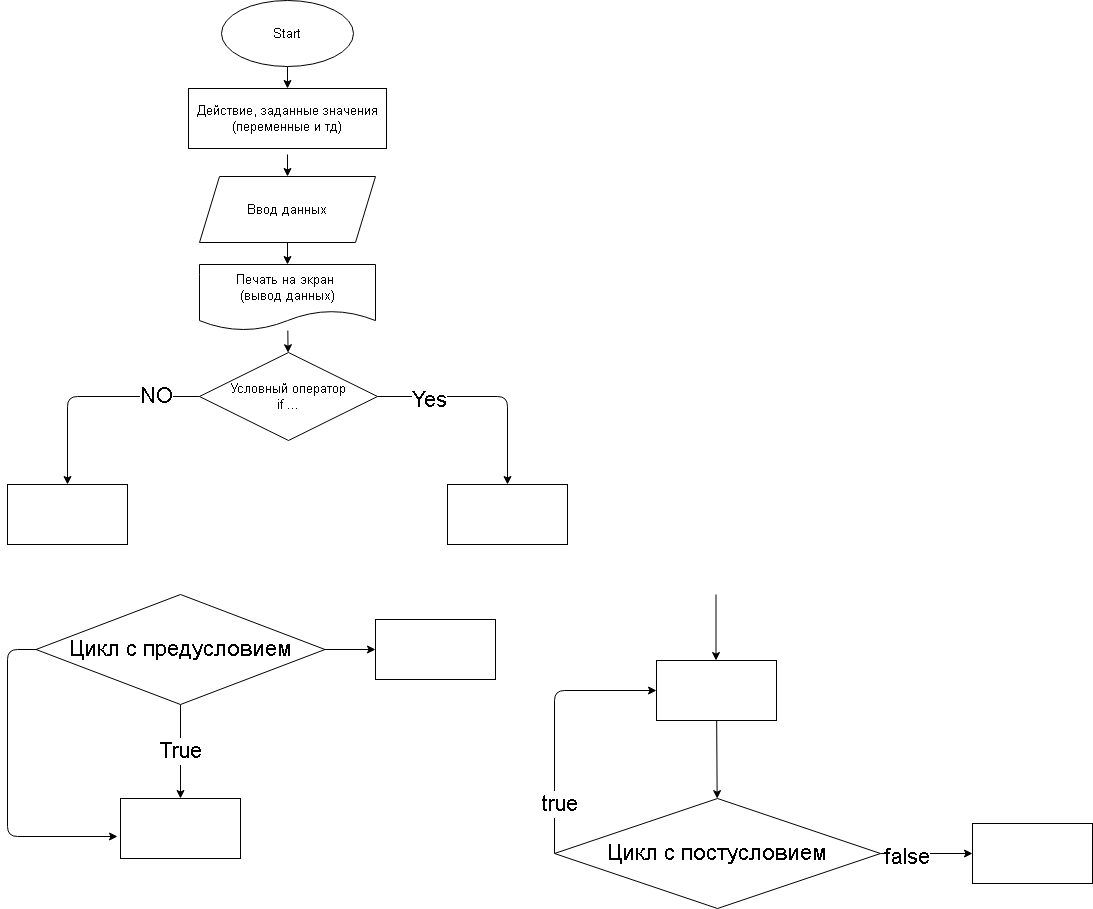
MihSerg95/- keeps this draw.io diagram as ex000.drawio.png. Above is the earlier version. Source tidied: cells renumbered, new cells last; positions are measured from the earlier drawing's top-left corner, leaving out a move shared by most shapes. Source of this version:
```xml
<mxGraphModel>
  <root>
    <mxCell id="0" />
    <mxCell id="1" parent="0" />
    <mxCell id="2" style="edgeStyle=none;html=1;fontSize=13;" parent="1" edge="1" target="6">
      <mxGeometry relative="1" as="geometry">
        <mxPoint x="280" y="154" as="sourcePoint" />
      </mxGeometry>
    </mxCell>
    <mxCell id="3" style="edgeStyle=none;html=1;fontSize=13;" parent="1" edge="1" source="4">
      <mxGeometry relative="1" as="geometry">
        <mxPoint x="280" y="88" as="targetPoint" />
      </mxGeometry>
    </mxCell>
    <mxCell id="4" value="Start" style="ellipse;whiteSpace=wrap;html=1;fontSize=13;strokeWidth=1;" parent="1" vertex="1">
      <mxGeometry x="214" width="132" height="66" as="geometry" />
    </mxCell>
    <mxCell id="5" style="edgeStyle=none;html=1;fontSize=13;" parent="1" edge="1" source="6" target="8">
      <mxGeometry relative="1" as="geometry" />
    </mxCell>
    <mxCell id="6" value="Ввод данных" style="shape=parallelogram;perimeter=parallelogramPerimeter;whiteSpace=wrap;html=1;fixedSize=1;fontSize=13;strokeWidth=1;" parent="1" vertex="1">
      <mxGeometry x="192" y="176" width="176" height="66" as="geometry" />
    </mxCell>
    <mxCell id="7" style="edgeStyle=none;html=1;fontSize=13;" parent="1" edge="1" source="8" target="14">
      <mxGeometry relative="1" as="geometry" />
    </mxCell>
    <mxCell id="8" value="Печать на экран &lt;br&gt;(вывод данных)" style="shape=document;whiteSpace=wrap;html=1;boundedLbl=1;fontSize=13;strokeWidth=1;" parent="1" vertex="1">
      <mxGeometry x="192" y="264" width="176" height="66" as="geometry" />
    </mxCell>
    <mxCell id="9" value="Действие, заданные значения (переменные и тд)" style="rounded=0;whiteSpace=wrap;html=1;fontSize=13;strokeWidth=1;" parent="1" vertex="1">
      <mxGeometry x="181" y="88" width="198" height="60" as="geometry" />
    </mxCell>
    <mxCell id="10" style="edgeStyle=none;html=1;fontSize=13;" parent="1" edge="1" source="14" target="15">
      <mxGeometry relative="1" as="geometry">
        <Array as="points">
          <mxPoint x="500" y="396" />
        </Array>
      </mxGeometry>
    </mxCell>
    <mxCell id="11" value="&lt;span style=&quot;font-size: 22px&quot;&gt;Yes&lt;/span&gt;" style="edgeLabel;html=1;align=center;verticalAlign=middle;fontSize=13;" parent="10" vertex="1">
      <mxGeometry x="-0.53" y="-3" relative="1" as="geometry" />
    </mxCell>
    <mxCell id="12" style="edgeStyle=none;html=1;fontSize=13;" parent="1" edge="1" source="14" target="16">
      <mxGeometry relative="1" as="geometry">
        <Array as="points">
          <mxPoint x="60" y="396" />
        </Array>
      </mxGeometry>
    </mxCell>
    <mxCell id="13" value="&lt;font style=&quot;font-size: 22px&quot;&gt;NO&lt;/font&gt;" style="edgeLabel;html=1;align=center;verticalAlign=middle;fontSize=14;" parent="12" vertex="1">
      <mxGeometry x="-0.6" y="-1" relative="1" as="geometry" />
    </mxCell>
    <mxCell id="14" value="Условный оператор&lt;br&gt;if ..." style="rhombus;whiteSpace=wrap;html=1;fontSize=13;strokeWidth=1;" parent="1" vertex="1">
      <mxGeometry x="192" y="352" width="178" height="88" as="geometry" />
    </mxCell>
    <mxCell id="15" style="whiteSpace=wrap;html=1;fontSize=13;strokeWidth=1;" parent="1" vertex="1">
      <mxGeometry x="440" y="484" width="120" height="60" as="geometry" />
    </mxCell>
    <mxCell id="16" style="whiteSpace=wrap;html=1;fontSize=13;strokeWidth=1;" parent="1" vertex="1">
      <mxGeometry y="484" width="120" height="60" as="geometry" />
    </mxCell>
    <mxCell id="17" value="True" style="edgeStyle=none;html=1;fontSize=22;" parent="1" edge="1" source="20" target="21">
      <mxGeometry relative="1" as="geometry" />
    </mxCell>
    <mxCell id="18" style="edgeStyle=none;html=1;fontSize=22;exitX=0;exitY=0.5;exitDx=0;exitDy=0;" parent="1" edge="1" source="20">
      <mxGeometry relative="1" as="geometry">
        <mxPoint x="110" y="836" as="targetPoint" />
        <Array as="points">
          <mxPoint y="649" />
          <mxPoint y="836" />
        </Array>
      </mxGeometry>
    </mxCell>
    <mxCell id="19" style="edgeStyle=none;html=1;fontSize=22;" parent="1" edge="1" source="20" target="30">
      <mxGeometry relative="1" as="geometry" />
    </mxCell>
    <mxCell id="20" value="Цикл с предусловием" style="rhombus;whiteSpace=wrap;html=1;fontSize=22;strokeWidth=1;" parent="1" vertex="1">
      <mxGeometry x="28.5" y="594" width="289" height="110" as="geometry" />
    </mxCell>
    <mxCell id="21" style="whiteSpace=wrap;html=1;fontSize=22;strokeWidth=1;" parent="1" vertex="1">
      <mxGeometry x="113" y="798" width="120" height="60" as="geometry" />
    </mxCell>
    <mxCell id="22" style="endArrow=classic;html=1;fontSize=22;" parent="1" edge="1">
      <mxGeometry relative="1" as="geometry">
        <mxPoint x="708.5" y="594" as="sourcePoint" />
        <mxPoint x="708.5" y="660" as="targetPoint" />
      </mxGeometry>
    </mxCell>
    <mxCell id="23" style="edgeStyle=none;html=1;fontSize=22;" parent="1" edge="1" source="24" target="29">
      <mxGeometry relative="1" as="geometry" />
    </mxCell>
    <mxCell id="24" style="rounded=0;whiteSpace=wrap;html=1;fontSize=22;strokeWidth=1;" parent="1" vertex="1">
      <mxGeometry x="649" y="660" width="120" height="60" as="geometry" />
    </mxCell>
    <mxCell id="25" style="edgeStyle=none;html=1;entryX=0;entryY=0.5;entryDx=0;entryDy=0;fontSize=22;exitX=0;exitY=0.5;exitDx=0;exitDy=0;" parent="1" edge="1" source="29" target="24">
      <mxGeometry relative="1" as="geometry">
        <Array as="points">
          <mxPoint x="547" y="690" />
        </Array>
      </mxGeometry>
    </mxCell>
    <mxCell id="26" value="true" style="edgeLabel;html=1;align=center;verticalAlign=middle;fontSize=22;" parent="25" vertex="1">
      <mxGeometry x="-0.62" y="-4" relative="1" as="geometry" />
    </mxCell>
    <mxCell id="27" style="edgeStyle=none;html=1;fontSize=22;" parent="1" edge="1" source="29" target="31">
      <mxGeometry relative="1" as="geometry" />
    </mxCell>
    <mxCell id="28" value="false" style="edgeLabel;html=1;align=center;verticalAlign=middle;fontSize=22;" parent="27" vertex="1">
      <mxGeometry x="-0.46" y="-3" relative="1" as="geometry" />
    </mxCell>
    <mxCell id="29" value="Цикл с постусловием" style="rhombus;whiteSpace=wrap;html=1;fontSize=22;rounded=0;strokeWidth=1;" parent="1" vertex="1">
      <mxGeometry x="547" y="798" width="326" height="110" as="geometry" />
    </mxCell>
    <mxCell id="30" style="whiteSpace=wrap;html=1;fontSize=22;strokeWidth=1;" parent="1" vertex="1">
      <mxGeometry x="368" y="619" width="120" height="60" as="geometry" />
    </mxCell>
    <mxCell id="31" style="whiteSpace=wrap;html=1;fontSize=22;rounded=0;strokeWidth=1;" parent="1" vertex="1">
      <mxGeometry x="965" y="823" width="120" height="60" as="geometry" />
    </mxCell>
  </root>
</mxGraphModel>
```
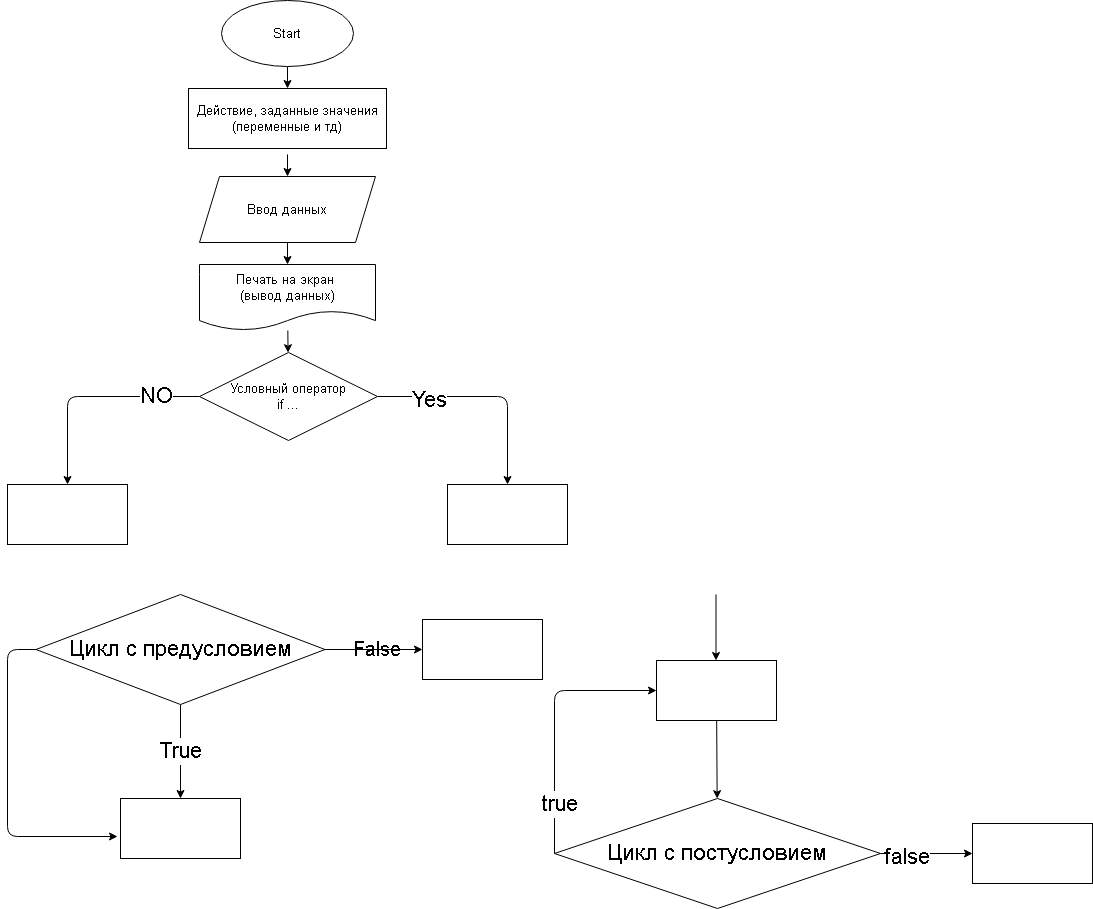
The same diagram one commit later.

Change to the diagram source:
```diff
@@ -112,10 +112,13 @@
       <mxGeometry x="547" y="798" width="326" height="110" as="geometry" />
     </mxCell>
     <mxCell id="30" style="whiteSpace=wrap;html=1;fontSize=22;strokeWidth=1;" parent="1" vertex="1">
-      <mxGeometry x="368" y="619" width="120" height="60" as="geometry" />
+      <mxGeometry x="415" y="619" width="120" height="60" as="geometry" />
     </mxCell>
     <mxCell id="31" style="whiteSpace=wrap;html=1;fontSize=22;rounded=0;strokeWidth=1;" parent="1" vertex="1">
       <mxGeometry x="965" y="823" width="120" height="60" as="geometry" />
     </mxCell>
+    <mxCell id="32" value="&lt;font style=&quot;font-size: 20px&quot;&gt;False&lt;/font&gt;" style="text;html=1;align=center;verticalAlign=middle;strokeColor=none;fillColor=none;" parent="1" vertex="1">
+      <mxGeometry x="336" y="637" width="66" height="22" as="geometry" />
+    </mxCell>
   </root>
 </mxGraphModel>
```
